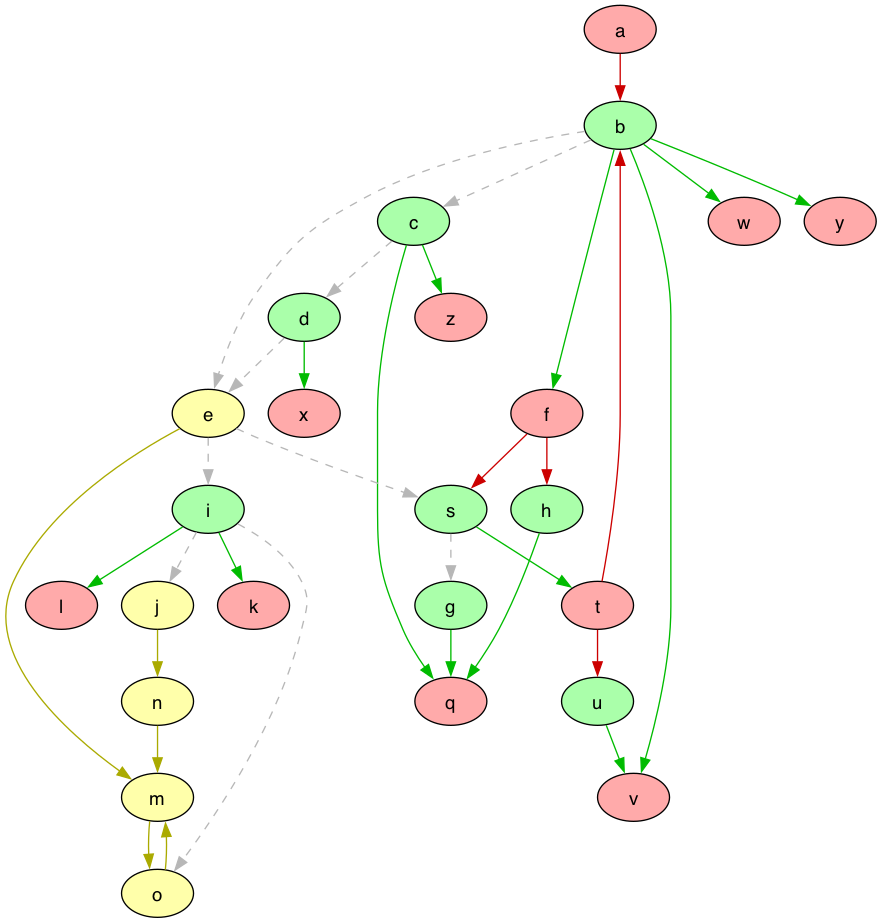
Earlier version of the Graphviz export IDCC-2024/graphs/game_graph_colored.png (idaks/Games-and-Argumentation). Its source is kept beside it as IDCC-2024/graphs/game_graph_colored.dot. Source of this version:
```dot
digraph G {
  node [shape=oval style=filled fontname=Helvetica fontsize=14]
  node [fillcolor="#AAFFAA" fontcolor="#000000"] b c d s g h i u;
  node [fillcolor="#FFAAAA" fontcolor="#000000"] a t f k l q v w x y z;
  node [fillcolor="#FFFFAA" fontcolor="#000000"] e j m o n;
  edge [dir=forward, color="#CC0000", style="solid"]
        "a" -> "b";
        "t" -> "b";
        "f" -> "h";
        "f" -> "s";
        "t" -> "u";
  edge [dir=forward, color="#b7b7b7", style="dashed"]
        "b" -> "c";
        "c" -> "d";
        "b" -> "e";
        "d" -> "e";
        "s" -> "g";
        "e" -> "i";
        "i" -> "j";
        "i" -> "o";
        "e" -> "s";
  edge [dir=forward, color="#00BB00", style="solid"]
        "b" -> "f";
        "i" -> "k";
        "i" -> "l";
        "g" -> "q";
        "h" -> "q";
        "c" -> "q";
        "s" -> "t";
        "b" -> "v";
        "u" -> "v";
        "b" -> "w";
        "d" -> "x";
        "b" -> "y";
        "c" -> "z";
  edge [dir=forward, color="#AAAA00", style="solid"]
        "e" -> "m";
        "o" -> "m";
        "n" -> "m";
        "j" -> "n";
        "m" -> "o";
}
```
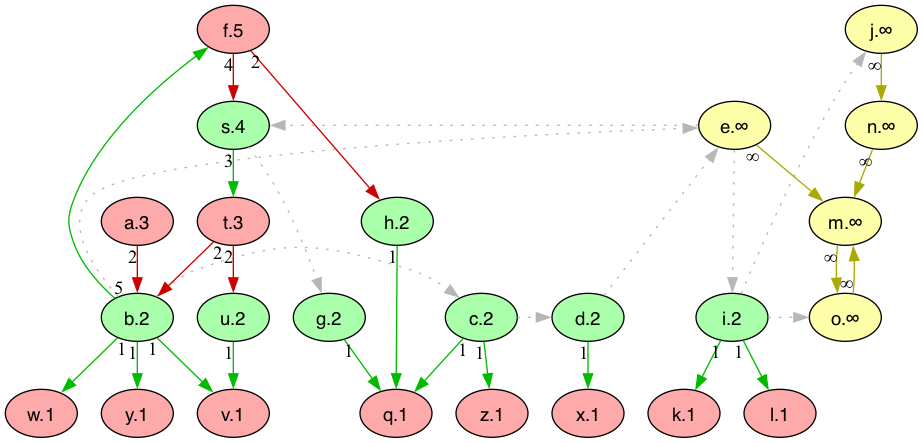
After the change.

Change to the diagram source:
```diff
@@ -1,42 +1,73 @@
 digraph G {
+  rankdir="TB"
   node [shape=oval style=filled fontname=Helvetica fontsize=14]
-  node [fillcolor="#AAFFAA" fontcolor="#000000"] b c d s g h i u;
-  node [fillcolor="#FFAAAA" fontcolor="#000000"] a t f k l q v w x y z;
-  node [fillcolor="#FFFFAA" fontcolor="#000000"] e j m o n;
-  edge [dir=forward, color="#CC0000", style="solid"]
-        "a" -> "b";
-        "t" -> "b";
-        "f" -> "h";
-        "f" -> "s";
-        "t" -> "u";
-  edge [dir=forward, color="#b7b7b7", style="dashed"]
-        "b" -> "c";
-        "c" -> "d";
-        "b" -> "e";
-        "d" -> "e";
-        "s" -> "g";
-        "e" -> "i";
-        "i" -> "j";
-        "i" -> "o";
-        "e" -> "s";
-  edge [dir=forward, color="#00BB00", style="solid"]
-        "b" -> "f";
-        "i" -> "k";
-        "i" -> "l";
-        "g" -> "q";
-        "h" -> "q";
-        "c" -> "q";
-        "s" -> "t";
-        "b" -> "v";
-        "u" -> "v";
-        "b" -> "w";
-        "d" -> "x";
-        "b" -> "y";
-        "c" -> "z";
-  edge [dir=forward, color="#AAAA00", style="solid"]
-        "e" -> "m";
-        "o" -> "m";
-        "n" -> "m";
-        "j" -> "n";
-        "m" -> "o";
+  node [fillcolor="#AAFFAA" fontcolor="#000000"]
+       b[label="b.2"]
+       c[label="c.2"]
+       d[label="d.2"]
+       s[label="s.4"]
+       g[label="g.2"]
+       h[label="h.2"]
+       i[label="i.2"]
+       u[label="u.2"]
+  node [fillcolor="#FFAAAA" fontcolor="#000000"]
+       a[label="a.3"]
+       t[label="t.3"]
+       f[label="f.5"]
+       k[label="k.1"]
+       l[label="l.1"]
+       q[label="q.1"]
+       v[label="v.1"]
+       w[label="w.1"]
+       x[label="x.1"]
+       y[label="y.1"]
+       z[label="z.1"]
+  node [fillcolor="#FFFFAA" fontcolor="#000000"]
+       e[label="e.∞"]
+       j[label="j.∞"]
+       m[label="m.∞"]
+       o[label="o.∞"]
+       n[label="n.∞"]
+  edge [dir=forward color="#CC0000" style="solid" taillabel="2"]
+        "a" -> "b"
+        "t" -> "b"
+        "f" -> "h"
+        "t" -> "u"
+  edge [dir=forward color="#00BB00" style="solid" taillabel="5"]
+        "b" -> "f"
+  edge [dir=forward color="#00BB00" style="solid" taillabel="1"]
+        "i" -> "k"
+        "i" -> "l"
+        "g" -> "q"
+        "h" -> "q"
+        "c" -> "q"
+        "b" -> "v"
+        "u" -> "v"
+        "b" -> "w"
+        "d" -> "x"
+        "b" -> "y"
+        "c" -> "z"
+  edge [dir=forward color="#AAAA00" style="solid" taillabel="∞"]
+        "e" -> "m"
+        "o" -> "m"
+        "n" -> "m"
+        "j" -> "n"
+        "m" -> "o"
+  edge [dir=forward color="#CC0000" style="solid" taillabel="4"]
+        "f" -> "s"
+  edge [dir=forward color="#00BB00" style="solid" taillabel="3"]
+        "s" -> "t"
+  edge [dir=forward color="#b7b7b7" style="dotted" constraint=false taillabel=" "]
+        "b" -> "c"
+        "c" -> "d"
+        "b" -> "e"
+        "d" -> "e"
+        "s" -> "g"
+        "e" -> "i"
+        "i" -> "j"
+        "i" -> "o"
+        "e" -> "s"
+
+  {rank = max k l q v w x y z}
+  {rank = min f}
 }
```
